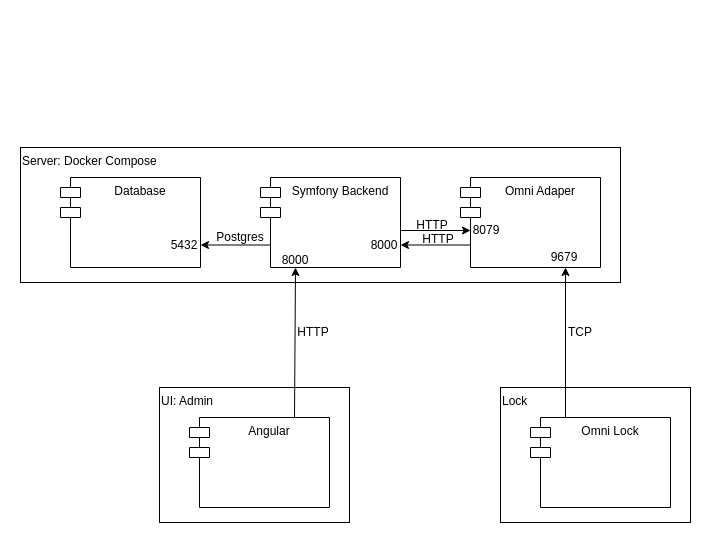
Before: schema/schema.drawio in Retch/ShareABike, a draw.io diagram. Source tidied: cells renumbered, new cells numbered last; positions are measured from the earlier drawing's top-left corner, leaving out a move shared by most shapes. Both pictures are drawn from the tidied source at 100%, with x=0, y=0 at pixel (20, 147).
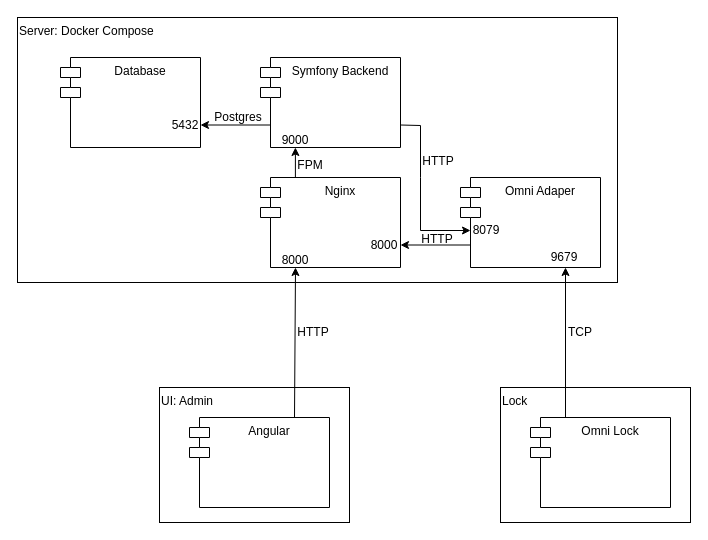
The same page after the edit.

Diff of the diagram source:
```diff
@@
     <mxCell id="4" value="&lt;div style=&quot;&quot;&gt;&lt;span style=&quot;background-color: initial;&quot;&gt;Server: Docker Compose&lt;/span&gt;&lt;/div&gt;" style="html=1;whiteSpace=wrap;align=left;horizontal=1;verticalAlign=top;" parent="1" vertex="1">
-      <mxGeometry width="600" height="135" as="geometry" />
+      <mxGeometry x="-3" y="-130" width="600" height="265" as="geometry" />
     </mxCell>
@@
-    <mxCell id="9" value="Symfony Backend" style="shape=module;align=left;spacingLeft=20;align=center;verticalAlign=top;whiteSpace=wrap;html=1;" parent="1" vertex="1">
+    <mxCell id="9" value="Nginx" style="shape=module;align=left;spacingLeft=20;align=center;verticalAlign=top;whiteSpace=wrap;html=1;" parent="1" vertex="1">
       <mxGeometry x="240" y="30" width="140" height="90" as="geometry" />
     </mxCell>
-    <mxCell id="10" value="Database" style="shape=module;align=left;spacingLeft=20;align=center;verticalAlign=top;whiteSpace=wrap;html=1;" parent="1" vertex="1">
-      <mxGeometry x="40" y="30" width="140" height="90" as="geometry" />
-    </mxCell>
-    <mxCell id="11" value="5432" style="text;html=1;strokeColor=none;fillColor=none;align=center;verticalAlign=middle;whiteSpace=wrap;rounded=0;" parent="1" vertex="1">
-      <mxGeometry x="134" y="83" width="60" height="30" as="geometry" />
-    </mxCell>
@@
-    <mxCell id="15" style="endArrow=classic;html=1;rounded=0;" parent="1" edge="1">
+    <mxCell id="15" style="endArrow=classic;html=1;rounded=0;exitX=1;exitY=0.75;exitDx=0;exitDy=0;" parent="1" edge="1" source="25">
       <mxGeometry relative="1" as="geometry">
-        <mxPoint x="380" y="83" as="sourcePoint" />
         <mxPoint x="450" y="83" as="targetPoint" />
+        <Array as="points">
+          <mxPoint x="400" y="-22" />
+          <mxPoint x="400" y="30" />
+          <mxPoint x="400" y="83" />
+        </Array>
       </mxGeometry>
     </mxCell>
@@
     <mxCell id="17" value="HTTP" style="text;html=1;strokeColor=none;fillColor=none;align=center;verticalAlign=middle;whiteSpace=wrap;rounded=0;" parent="1" vertex="1">
-      <mxGeometry x="382" y="63" width="60" height="30" as="geometry" />
+      <mxGeometry x="388" y="-1" width="60" height="30" as="geometry" />
     </mxCell>
     <mxCell id="18" value="HTTP" style="text;html=1;strokeColor=none;fillColor=none;align=center;verticalAlign=middle;whiteSpace=wrap;rounded=0;" parent="1" vertex="1">
-      <mxGeometry x="388" y="77" width="60" height="30" as="geometry" />
+      <mxGeometry x="387" y="77" width="60" height="30" as="geometry" />
     </mxCell>
-    <mxCell id="19" style="endArrow=classic;html=1;rounded=0;entryX=1;entryY=0.75;entryDx=0;entryDy=0;exitX=0;exitY=0.75;exitDx=10;exitDy=0;exitPerimeter=0;" parent="1" edge="1" source="9" target="10">
-      <mxGeometry relative="1" as="geometry" />
-    </mxCell>
     <mxCell id="20" value="Postgres" style="text;html=1;strokeColor=none;fillColor=none;align=center;verticalAlign=middle;whiteSpace=wrap;rounded=0;" parent="1" vertex="1">
-      <mxGeometry x="190" y="75" width="60" height="30" as="geometry" />
+      <mxGeometry x="188" y="-45" width="60" height="30" as="geometry" />
     </mxCell>
@@
+    <mxCell id="10" value="Database" style="shape=module;align=left;spacingLeft=20;align=center;verticalAlign=top;whiteSpace=wrap;html=1;" parent="1" vertex="1">
+      <mxGeometry x="40" y="-90" width="140" height="90" as="geometry" />
+    </mxCell>
+    <mxCell id="11" value="5432" style="text;html=1;strokeColor=none;fillColor=none;align=center;verticalAlign=middle;whiteSpace=wrap;rounded=0;" parent="1" vertex="1">
+      <mxGeometry x="135" y="-37" width="60" height="30" as="geometry" />
+    </mxCell>
+    <mxCell id="25" value="Symfony Backend" style="shape=module;align=left;spacingLeft=20;align=center;verticalAlign=top;whiteSpace=wrap;html=1;" parent="1" vertex="1">
+      <mxGeometry x="240" y="-90" width="140" height="90" as="geometry" />
+    </mxCell>
+    <mxCell id="26" style="endArrow=classic;html=1;rounded=0;exitX=0;exitY=0.75;exitDx=10;exitDy=0;exitPerimeter=0;entryX=1;entryY=0.75;entryDx=0;entryDy=0;" parent="1" edge="1" source="25" target="10">
+      <mxGeometry relative="1" as="geometry" />
+    </mxCell>
+    <mxCell id="27" value="9000" style="text;html=1;strokeColor=none;fillColor=none;align=center;verticalAlign=middle;whiteSpace=wrap;rounded=0;" parent="1" vertex="1">
+      <mxGeometry x="245" y="-22" width="60" height="30" as="geometry" />
+    </mxCell>
+    <mxCell id="28" style="endArrow=classic;html=1;rounded=0;exitX=0.75;exitY=0;exitDx=0;exitDy=0;entryX=0.75;entryY=1;entryDx=0;entryDy=0;" parent="1" edge="1">
+      <mxGeometry relative="1" as="geometry">
+        <mxPoint x="274.9" y="30" as="sourcePoint" />
+        <mxPoint x="274.9" as="targetPoint" />
+      </mxGeometry>
+    </mxCell>
+    <mxCell id="29" value="FPM" style="text;html=1;strokeColor=none;fillColor=none;align=center;verticalAlign=middle;whiteSpace=wrap;rounded=0;" parent="1" vertex="1">
+      <mxGeometry x="260" y="3" width="60" height="30" as="geometry" />
+    </mxCell>
```
